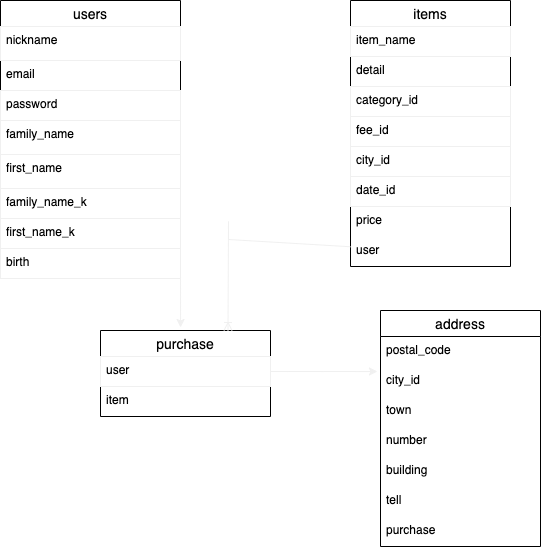
kak1-p/furima-36194 keeps this draw.io diagram as ER.drawio.png. Above is the earlier version. Source tidied: cells renumbered, new cells last; positions are measured from the earlier drawing's top-left corner, leaving out a move shared by most shapes.
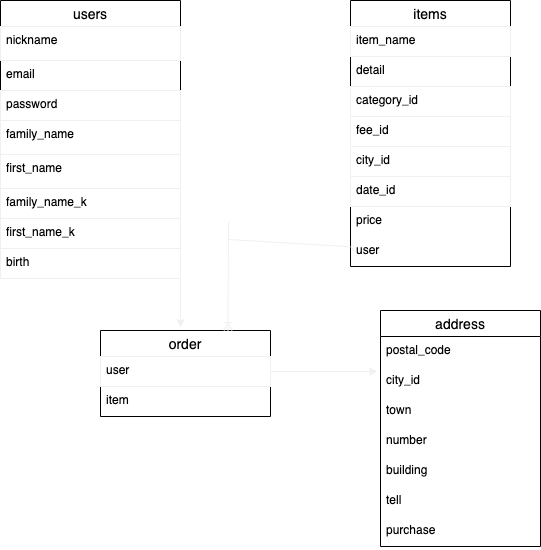
After the change.

Change to the diagram source:
```diff
@@ -47,7 +47,7 @@
     <mxCell id="16" value="user" style="text;strokeColor=none;fillColor=none;spacingLeft=4;spacingRight=4;overflow=hidden;points=[[0,0.5],[1,0.5]];portConstraint=eastwest;fontSize=12;" parent="8" vertex="1">
       <mxGeometry y="236" width="160" height="30" as="geometry" />
     </mxCell>
-    <mxCell id="17" value="purchase" style="swimlane;fontStyle=0;horizontal=1;startSize=26;align=center;fontSize=14;" parent="1" vertex="1">
+    <mxCell id="17" value="order" style="swimlane;fontStyle=0;horizontal=1;startSize=26;align=center;fontSize=14;" parent="1" vertex="1">
       <mxGeometry x="100" y="330" width="170" height="86" as="geometry" />
     </mxCell>
     <mxCell id="18" value="user" style="text;fillColor=none;spacingLeft=4;spacingRight=4;overflow=hidden;points=[[0,0.5],[1,0.5]];portConstraint=eastwest;fontSize=12;strokeColor=#f0f0f0;" parent="17" vertex="1">
```
